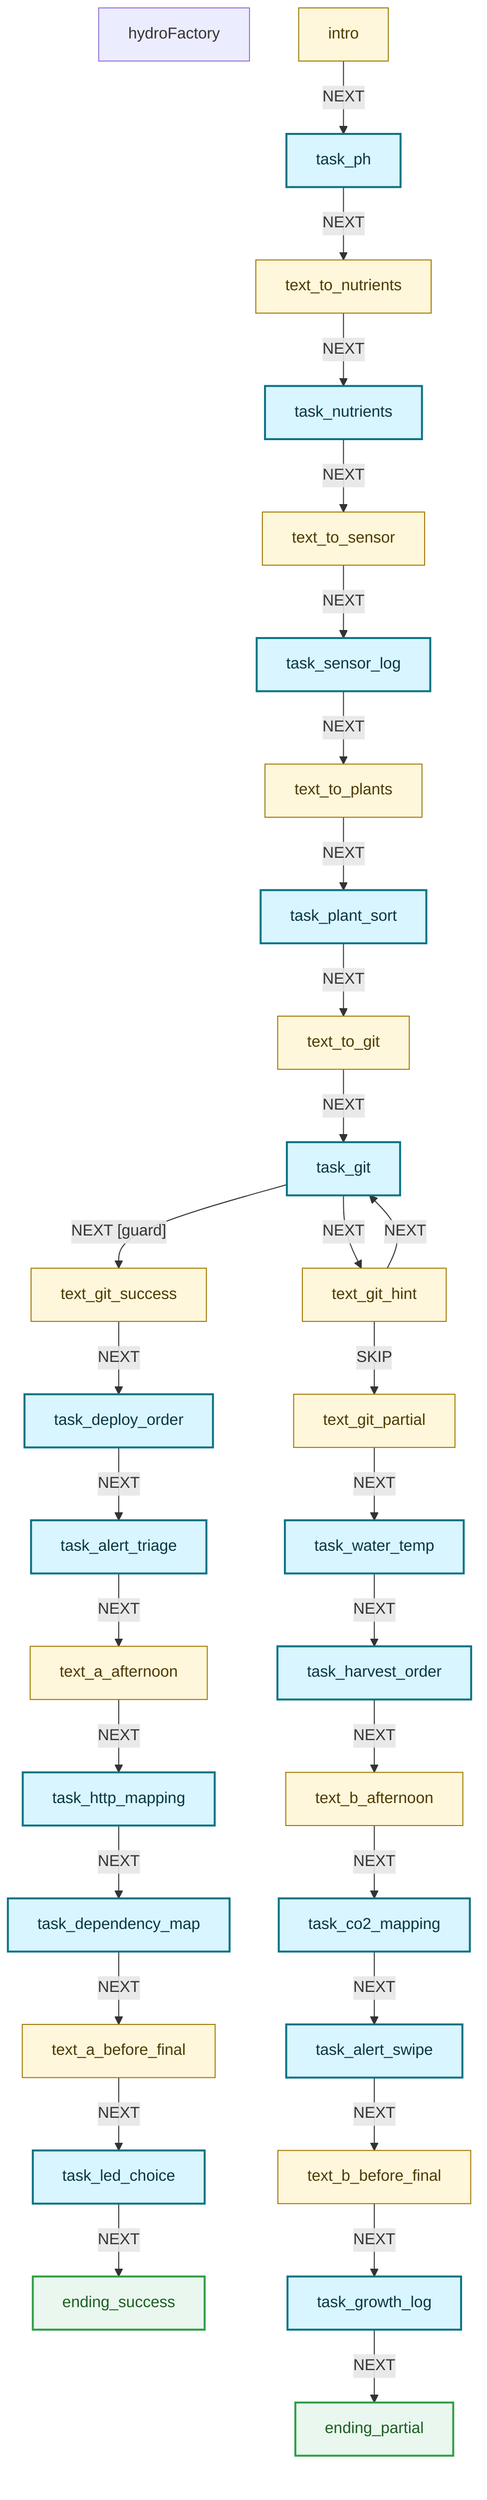
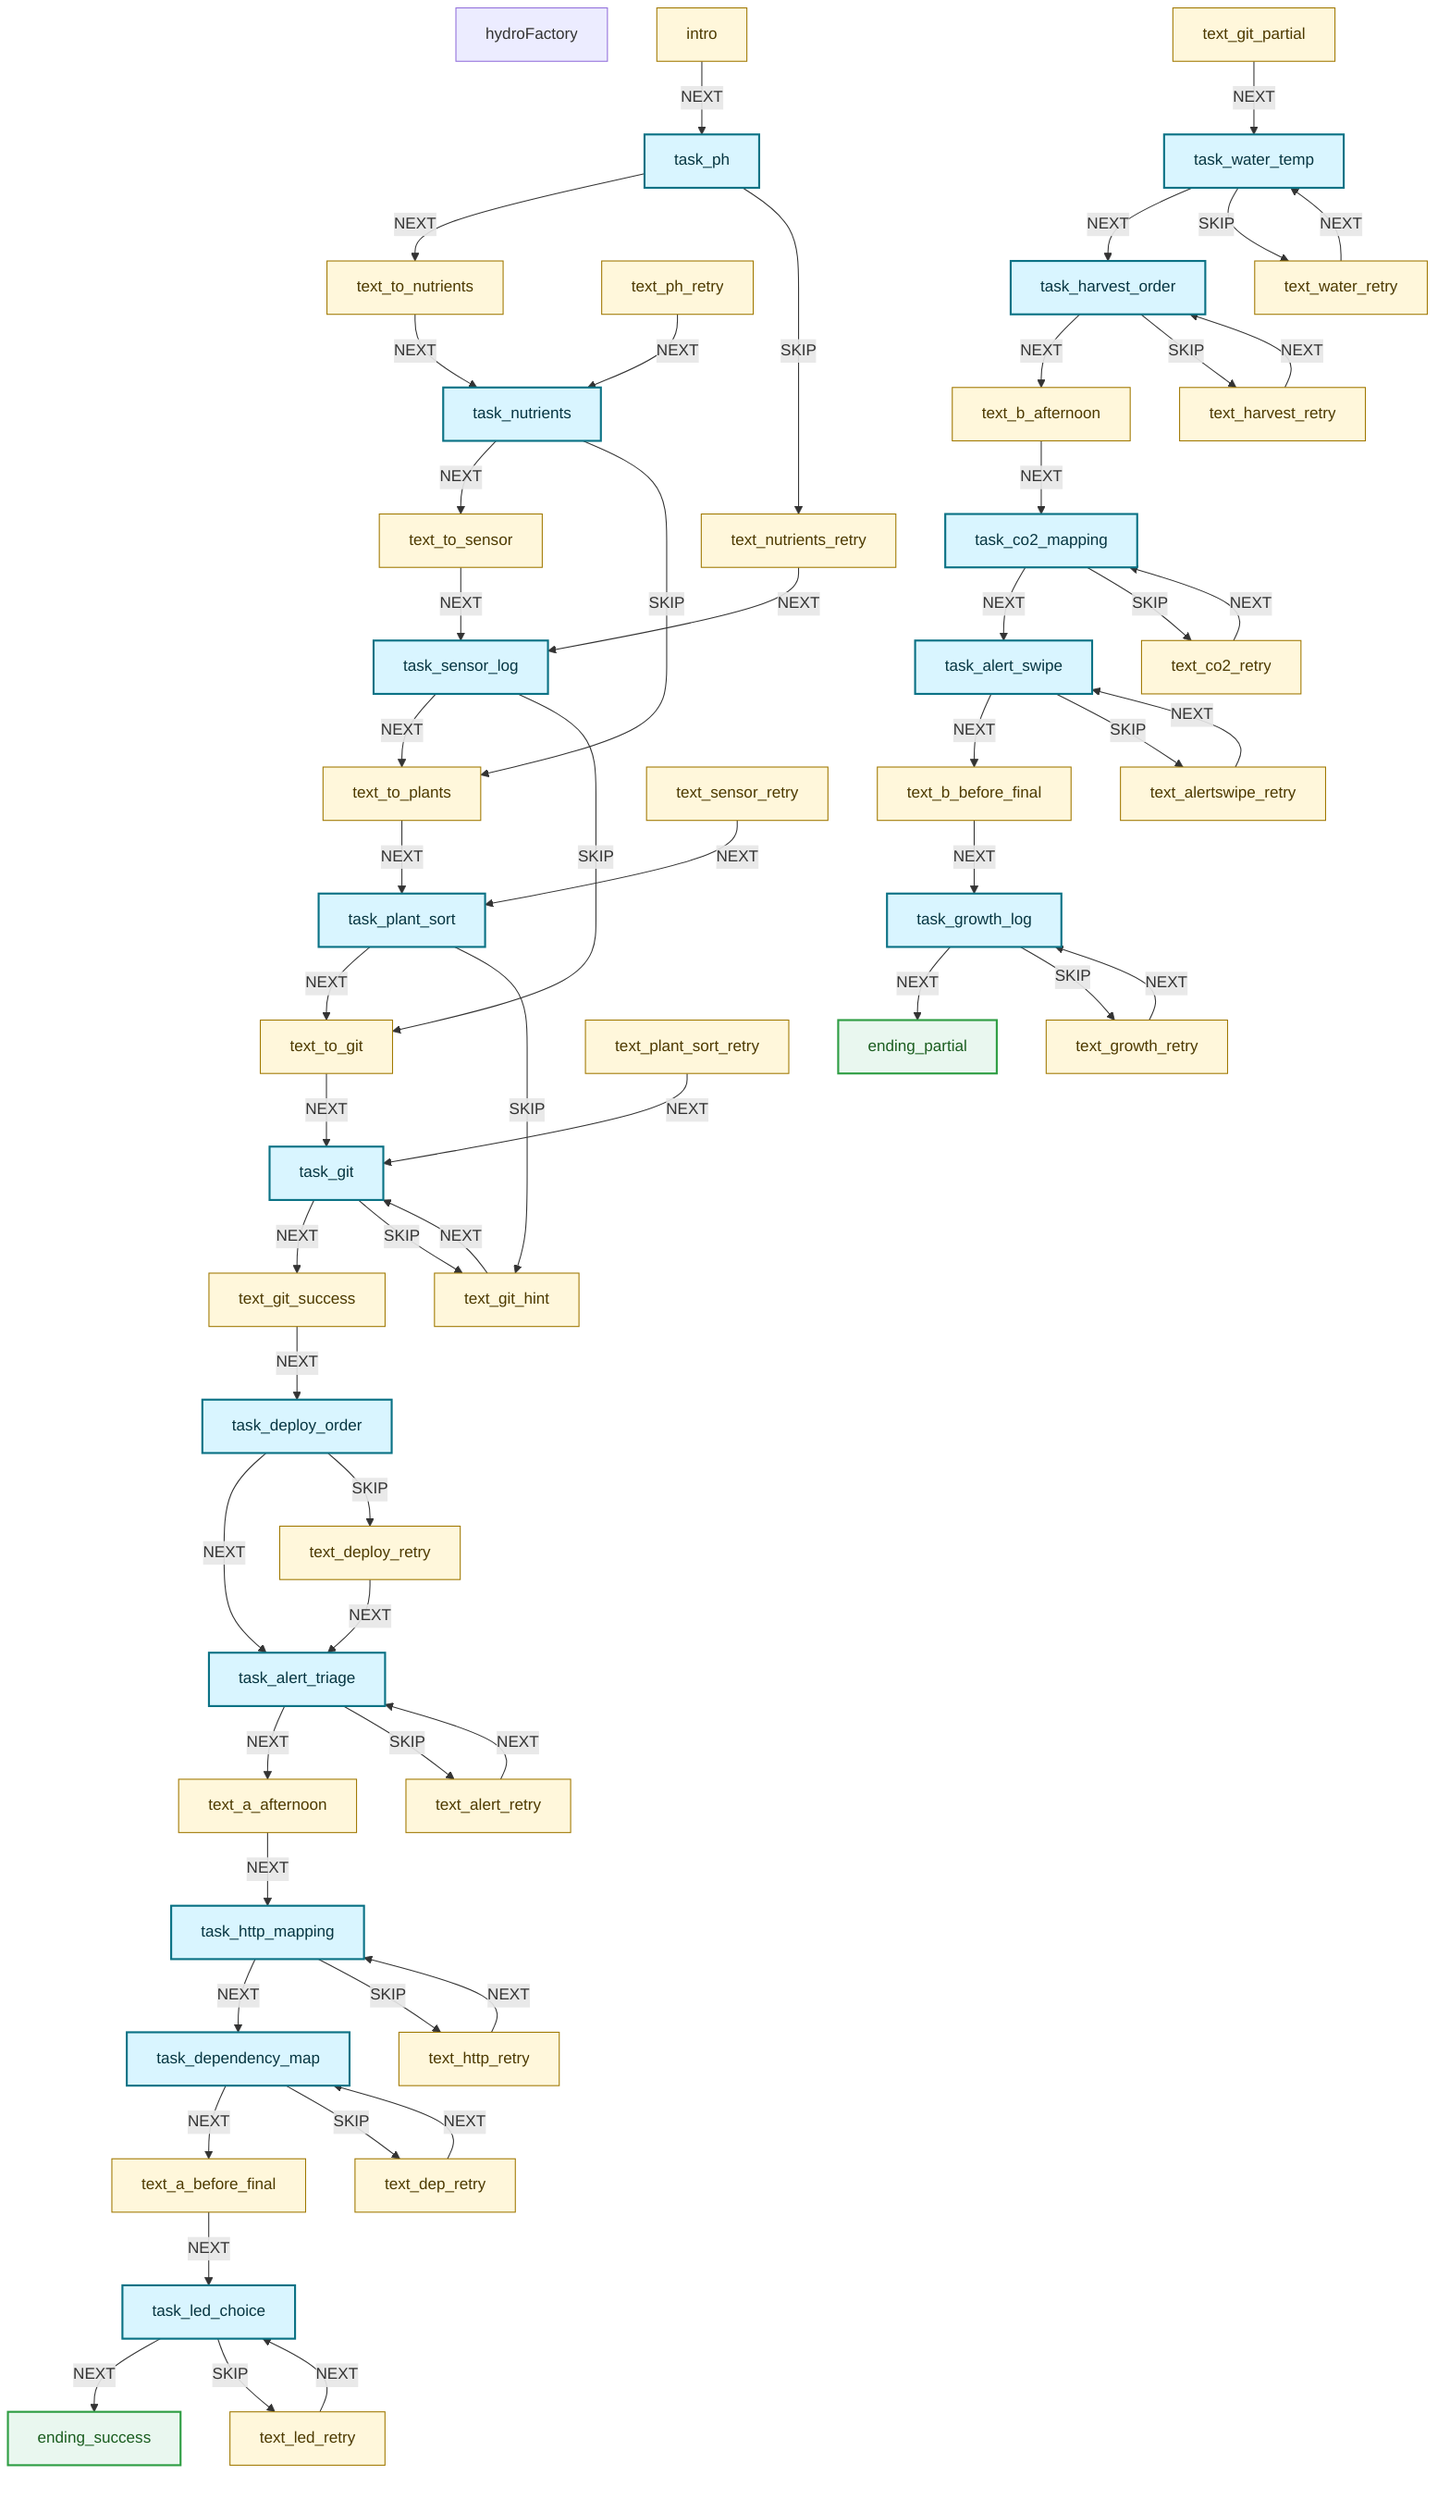
flowchart TD
  %% Generated from src/machine.ts (hydroMachine)
  S1["hydroFactory"]
  S2["ending_partial"]
  class S2 endingNode
  S3["ending_success"]
  class S3 endingNode
  S4["intro"]
  class S4 textNode
  S5["task_alert_swipe"]
  class S5 taskNode
  S6["task_alert_triage"]
  class S6 taskNode
  S7["task_co2_mapping"]
  class S7 taskNode
  S8["task_dependency_map"]
  class S8 taskNode
  S9["task_deploy_order"]
  class S9 taskNode
  S10["task_git"]
  class S10 taskNode
  S11["task_growth_log"]
  class S11 taskNode
  S12["task_harvest_order"]
  class S12 taskNode
  S13["task_http_mapping"]
  class S13 taskNode
  S14["task_led_choice"]
  class S14 taskNode
  S15["task_nutrients"]
  class S15 taskNode
  S16["task_ph"]
  class S16 taskNode
  S17["task_plant_sort"]
  class S17 taskNode
  S18["task_sensor_log"]
  class S18 taskNode
  S19["task_water_temp"]
  class S19 taskNode
  S20["text_a_afternoon"]
  class S20 textNode
  S21["text_a_before_final"]
  class S21 textNode
-   S22["text_b_afternoon"]
+   S22["text_alert_retry"]
  class S22 textNode
-   S23["text_b_before_final"]
+   S23["text_alertswipe_retry"]
  class S23 textNode
-   S24["text_git_hint"]
+   S24["text_b_afternoon"]
  class S24 textNode
-   S25["text_git_partial"]
+   S25["text_b_before_final"]
  class S25 textNode
-   S26["text_git_success"]
+   S26["text_co2_retry"]
  class S26 textNode
-   S27["text_to_git"]
+   S27["text_dep_retry"]
  class S27 textNode
-   S28["text_to_nutrients"]
+   S28["text_deploy_retry"]
  class S28 textNode
-   S29["text_to_plants"]
+   S29["text_git_hint"]
  class S29 textNode
-   S30["text_to_sensor"]
+   S30["text_git_partial"]
  class S30 textNode
+   S31["text_git_success"]
+   class S31 textNode
+   S32["text_growth_retry"]
+   class S32 textNode
+   S33["text_harvest_retry"]
+   class S33 textNode
+   S34["text_http_retry"]
+   class S34 textNode
+   S35["text_led_retry"]
+   class S35 textNode
+   S36["text_nutrients_retry"]
+   class S36 textNode
+   S37["text_ph_retry"]
+   class S37 textNode
+   S38["text_plant_sort_retry"]
+   class S38 textNode
+   S39["text_sensor_retry"]
+   class S39 textNode
+   S40["text_to_git"]
+   class S40 textNode
+   S41["text_to_nutrients"]
+   class S41 textNode
+   S42["text_to_plants"]
+   class S42 textNode
+   S43["text_to_sensor"]
+   class S43 textNode
+   S44["text_water_retry"]
+   class S44 textNode
  S4 -->|"NEXT"| S16
-   S16 -->|"NEXT"| S28
-   S28 -->|"NEXT"| S15
-   S15 -->|"NEXT"| S30
-   S30 -->|"NEXT"| S18
-   S18 -->|"NEXT"| S29
-   S29 -->|"NEXT"| S17
-   S17 -->|"NEXT"| S27
-   S27 -->|"NEXT"| S10
-   S10 -->|"NEXT [guard]"| S26
-   S10 -->|"NEXT"| S24
-   S24 -->|"NEXT"| S10
-   S24 -->|"SKIP"| S25
-   S26 -->|"NEXT"| S9
+   S16 -->|"NEXT"| S41
+   S16 -->|"SKIP"| S36
+   S41 -->|"NEXT"| S15
+   S37 -->|"NEXT"| S15
+   S15 -->|"NEXT"| S43
+   S15 -->|"SKIP"| S42
+   S43 -->|"NEXT"| S18
+   S36 -->|"NEXT"| S18
+   S18 -->|"NEXT"| S42
+   S18 -->|"SKIP"| S40
+   S42 -->|"NEXT"| S17
+   S39 -->|"NEXT"| S17
+   S17 -->|"NEXT"| S40
+   S17 -->|"SKIP"| S29
+   S40 -->|"NEXT"| S10
+   S38 -->|"NEXT"| S10
+   S10 -->|"NEXT"| S31
+   S10 -->|"SKIP"| S29
+   S29 -->|"NEXT"| S10
+   S31 -->|"NEXT"| S9
  S9 -->|"NEXT"| S6
+   S9 -->|"SKIP"| S28
+   S28 -->|"NEXT"| S6
  S6 -->|"NEXT"| S20
+   S6 -->|"SKIP"| S22
  S20 -->|"NEXT"| S13
+   S22 -->|"NEXT"| S6
  S13 -->|"NEXT"| S8
+   S13 -->|"SKIP"| S34
+   S34 -->|"NEXT"| S13
  S8 -->|"NEXT"| S21
+   S8 -->|"SKIP"| S27
+   S27 -->|"NEXT"| S8
  S21 -->|"NEXT"| S14
  S14 -->|"NEXT"| S3
-   S25 -->|"NEXT"| S19
+   S14 -->|"SKIP"| S35
+   S35 -->|"NEXT"| S14
+   S30 -->|"NEXT"| S19
  S19 -->|"NEXT"| S12
-   S12 -->|"NEXT"| S22
-   S22 -->|"NEXT"| S7
+   S19 -->|"SKIP"| S44
+   S44 -->|"NEXT"| S19
+   S12 -->|"NEXT"| S24
+   S12 -->|"SKIP"| S33
+   S33 -->|"NEXT"| S12
+   S24 -->|"NEXT"| S7
  S7 -->|"NEXT"| S5
-   S5 -->|"NEXT"| S23
-   S23 -->|"NEXT"| S11
+   S7 -->|"SKIP"| S26
+   S26 -->|"NEXT"| S7
+   S5 -->|"NEXT"| S25
+   S5 -->|"SKIP"| S23
+   S23 -->|"NEXT"| S5
+   S25 -->|"NEXT"| S11
  S11 -->|"NEXT"| S2
+   S11 -->|"SKIP"| S32
+   S32 -->|"NEXT"| S11

  classDef taskNode fill:#d9f5ff,stroke:#0b7285,stroke-width:2px,color:#073642
  classDef textNode fill:#fff7db,stroke:#a07800,stroke-width:1px,color:#4d3a00
  classDef endingNode fill:#e9f7ef,stroke:#2f9e44,stroke-width:2px,color:#1b5e20
